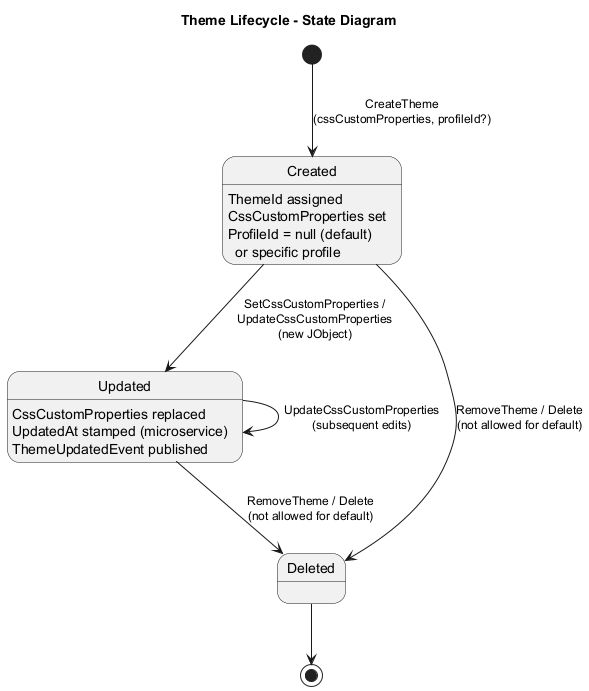
QuinntyneBrown/Coop keeps this PlantUML diagram as docs/detailed-designs/10-theme-and-content-customization/state-theme-lifecycle.png. Above is the earlier version. Source of this version:
```plantuml
@startuml state-theme-lifecycle

skinparam defaultFontSize 12
skinparam shadowing false
skinparam stateFontSize 14
skinparam pageMargin 10

title Theme Lifecycle - State Diagram

[*] --> Created : CreateTheme\n(cssCustomProperties, profileId?)

state Created {
    Created : ThemeId assigned
    Created : CssCustomProperties set
    Created : ProfileId = null (default)\n  or specific profile
}

Created --> Updated : SetCssCustomProperties /\nUpdateCssCustomProperties\n(new JObject)

state Updated {
    Updated : CssCustomProperties replaced
    Updated : UpdatedAt stamped (microservice)
    Updated : ThemeUpdatedEvent published
}

Updated --> Updated : UpdateCssCustomProperties\n(subsequent edits)

Created --> Deleted : RemoveTheme / Delete\n(not allowed for default)
Updated --> Deleted : RemoveTheme / Delete\n(not allowed for default)

Deleted --> [*]

@enduml
```
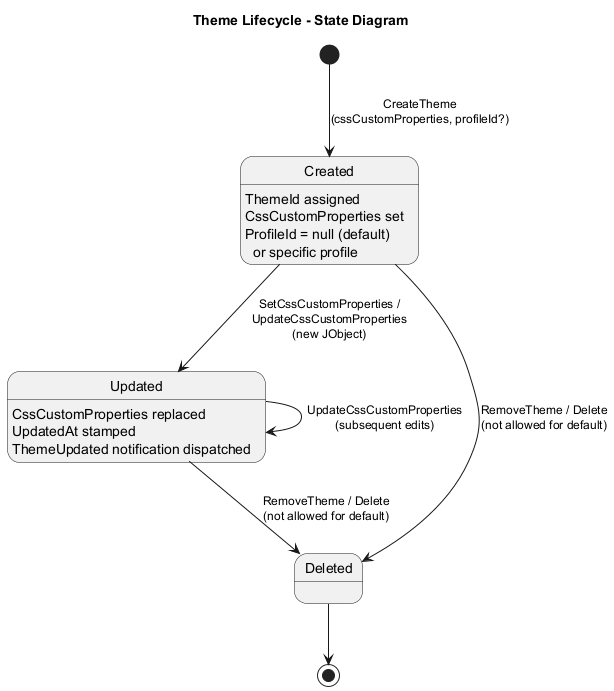
The same diagram one commit later.

Commit message:
Update onboarding and theme customization diagram images

Diff of the diagram source:
```diff
@@ -19,8 +19,8 @@
 
 state Updated {
     Updated : CssCustomProperties replaced
-    Updated : UpdatedAt stamped (microservice)
-    Updated : ThemeUpdatedEvent published
+    Updated : UpdatedAt stamped
+    Updated : ThemeUpdated notification dispatched
 }
 
 Updated --> Updated : UpdateCssCustomProperties\n(subsequent edits)
```
